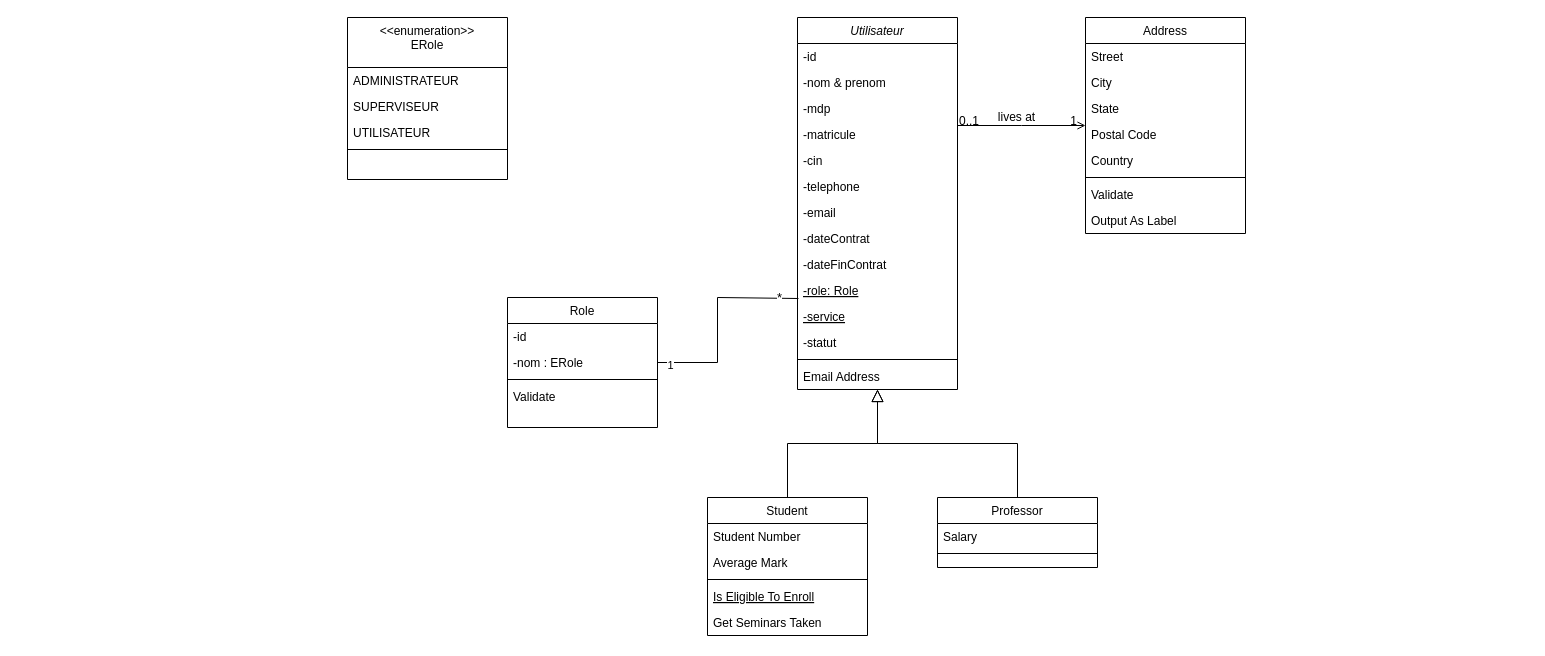
Before: ClassDiagram.drawio in BARIGOU-Imane/Gestion-des-Ordres-de-Mission, a draw.io diagram. Source tidied: cells renumbered, new cells numbered last; positions are measured from the earlier drawing's top-left corner, leaving out a move shared by most shapes. Both pictures are drawn from the tidied source at 100%, with x=0, y=0 at pixel (347, 17).
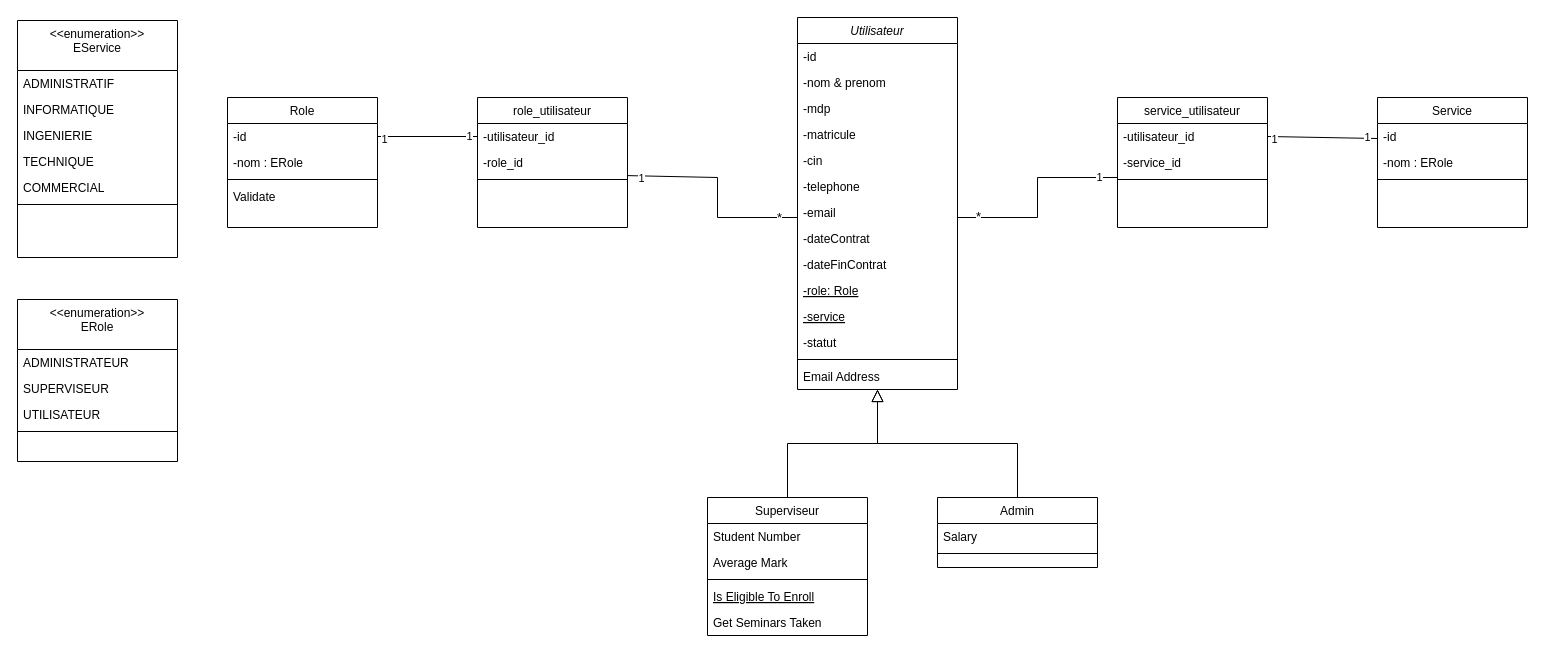
The same page after the edit.

Unchanged cells that the change refers to:
```xml
<mxCell id="2" value="Utilisateur" style="swimlane;fontStyle=2;align=center;verticalAlign=top;horizontal=1;startSize=26;rounded=0;shadow=0;strokeWidth=1;" parent="1" vertex="1">
  <mxGeometry x="450" width="160" height="372" as="geometry" />
</mxCell>
<mxCell id="12" value="-role: Role" style="text;align=left;verticalAlign=top;spacingLeft=4;spacingRight=4;overflow=hidden;points=[[0,0.5],[1,0.5]];portConstraint=eastwest;fontStyle=4;" parent="2" vertex="1">
  <mxGeometry y="260" width="160" height="26" as="geometry" />
</mxCell>
<mxCell id="44" style="line;html=1;strokeWidth=1;align=left;verticalAlign=middle;spacingTop=-1;spacingLeft=3;spacingRight=3;labelPosition=right;points=[];portConstraint=eastwest;" parent="41" vertex="1">
  <mxGeometry y="78" width="150" height="8" as="geometry" />
</mxCell>
```

Change to the diagram source:
```diff
@@
-    <mxCell id="17" value="Student" style="swimlane;fontStyle=0;align=center;verticalAlign=top;horizontal=1;startSize=26;rounded=0;shadow=0;strokeWidth=1;" parent="1" vertex="1">
+    <mxCell id="17" value="Superviseur" style="swimlane;fontStyle=0;align=center;verticalAlign=top;horizontal=1;startSize=26;rounded=0;shadow=0;strokeWidth=1;" parent="1" vertex="1">
       <mxGeometry x="360" y="480" width="160" height="138" as="geometry" />
     </mxCell>
@@
-    <mxCell id="24" value="Professor" style="swimlane;fontStyle=0;align=center;verticalAlign=top;horizontal=1;startSize=26;rounded=0;shadow=0;strokeWidth=1;" parent="1" vertex="1">
+    <mxCell id="24" value="Admin" style="swimlane;fontStyle=0;align=center;verticalAlign=top;horizontal=1;startSize=26;rounded=0;shadow=0;strokeWidth=1;" parent="1" vertex="1">
       <mxGeometry x="590" y="480" width="160" height="70" as="geometry" />
     </mxCell>
@@
-    <mxCell id="28" value="Address" style="swimlane;fontStyle=0;align=center;verticalAlign=top;horizontal=1;startSize=26;rounded=0;shadow=0;strokeWidth=1;" parent="1" vertex="1">
-      <mxGeometry x="738" width="160" height="216" as="geometry" />
-    </mxCell>
-    <mxCell id="29" value="Street" style="text;align=left;verticalAlign=top;spacingLeft=4;spacingRight=4;overflow=hidden;" parent="28" vertex="1">
-      <mxGeometry y="26" width="160" height="26" as="geometry" />
-    </mxCell>
-    <mxCell id="30" value="City" style="text;align=left;verticalAlign=top;spacingLeft=4;spacingRight=4;overflow=hidden;rounded=0;shadow=0;html=0;" parent="28" vertex="1">
-      <mxGeometry y="52" width="160" height="26" as="geometry" />
-    </mxCell>
-    <mxCell id="31" value="State" style="text;align=left;verticalAlign=top;spacingLeft=4;spacingRight=4;overflow=hidden;rounded=0;shadow=0;html=0;" parent="28" vertex="1">
-      <mxGeometry y="78" width="160" height="26" as="geometry" />
-    </mxCell>
-    <mxCell id="32" value="Postal Code" style="text;align=left;verticalAlign=top;spacingLeft=4;spacingRight=4;overflow=hidden;rounded=0;shadow=0;html=0;" parent="28" vertex="1">
-      <mxGeometry y="104" width="160" height="26" as="geometry" />
-    </mxCell>
-    <mxCell id="33" value="Country" style="text;align=left;verticalAlign=top;spacingLeft=4;spacingRight=4;overflow=hidden;rounded=0;shadow=0;html=0;" parent="28" vertex="1">
-      <mxGeometry y="130" width="160" height="26" as="geometry" />
-    </mxCell>
-    <mxCell id="34" style="line;html=1;strokeWidth=1;align=left;verticalAlign=middle;spacingTop=-1;spacingLeft=3;spacingRight=3;labelPosition=right;" parent="28" vertex="1">
-      <mxGeometry y="156" width="160" height="8" as="geometry" />
-    </mxCell>
-    <mxCell id="35" value="Validate" style="text;align=left;verticalAlign=top;spacingLeft=4;spacingRight=4;overflow=hidden;" parent="28" vertex="1">
-      <mxGeometry y="164" width="160" height="26" as="geometry" />
-    </mxCell>
-    <mxCell id="36" value="Output As Label" style="text;align=left;verticalAlign=top;spacingLeft=4;spacingRight=4;overflow=hidden;" parent="28" vertex="1">
-      <mxGeometry y="190" width="160" height="26" as="geometry" />
-    </mxCell>
-    <mxCell id="37" style="endArrow=open;shadow=0;strokeWidth=1;rounded=0;curved=0;endFill=1;edgeStyle=elbowEdgeStyle;elbow=vertical;" parent="1" edge="1" source="2" target="28">
-      <mxGeometry x="0.5" y="41" relative="1" as="geometry">
-        <mxPoint x="-40" y="32" as="offset" />
-      </mxGeometry>
-    </mxCell>
-    <mxCell id="38" value="0..1" style="align=left;verticalAlign=bottom;labelBackgroundColor=none;fontSize=12;" parent="37" vertex="1">
-      <mxGeometry x="-1" relative="1" as="geometry">
-        <mxPoint y="4" as="offset" />
-      </mxGeometry>
-    </mxCell>
-    <mxCell id="39" value="1" style="align=right;verticalAlign=bottom;labelBackgroundColor=none;fontSize=12;" parent="37" vertex="1">
-      <mxGeometry x="1" relative="1" as="geometry">
-        <mxPoint x="-7" y="4" as="offset" />
-      </mxGeometry>
-    </mxCell>
-    <mxCell id="40" value="lives at" style="text;html=1;align=center;verticalAlign=middle;labelBackgroundColor=none;rounded=0;shadow=0;strokeWidth=1;fontSize=12;" parent="37" vertex="1">
-      <mxGeometry x="0.5" y="49" relative="1" as="geometry">
-        <mxPoint x="-38" y="40" as="offset" />
-      </mxGeometry>
-    </mxCell>
-    <mxCell id="41" value="Role" style="swimlane;fontStyle=0;align=center;verticalAlign=top;horizontal=1;startSize=26;rounded=0;shadow=0;strokeWidth=1;" parent="1" vertex="1">
-      <mxGeometry x="160" y="280" width="150" height="130" as="geometry" />
+    <mxCell id="41" value="role_utilisateur" style="swimlane;fontStyle=0;align=center;verticalAlign=top;horizontal=1;startSize=26;rounded=0;shadow=0;strokeWidth=1;" parent="1" vertex="1">
+      <mxGeometry x="130" y="80" width="150" height="130" as="geometry" />
     </mxCell>
-    <mxCell id="42" value="-id" style="text;align=left;verticalAlign=top;spacingLeft=4;spacingRight=4;overflow=hidden;points=[[0,0.5],[1,0.5]];portConstraint=eastwest;" parent="41" vertex="1">
+    <mxCell id="42" value="-utilisateur_id" style="text;align=left;verticalAlign=top;spacingLeft=4;spacingRight=4;overflow=hidden;points=[[0,0.5],[1,0.5]];portConstraint=eastwest;" parent="41" vertex="1">
       <mxGeometry y="26" width="150" height="26" as="geometry" />
     </mxCell>
-    <mxCell id="43" value="-nom : ERole" style="text;align=left;verticalAlign=top;spacingLeft=4;spacingRight=4;overflow=hidden;points=[[0,0.5],[1,0.5]];portConstraint=eastwest;rounded=0;shadow=0;html=0;" parent="41" vertex="1">
+    <mxCell id="43" value="-role_id" style="text;align=left;verticalAlign=top;spacingLeft=4;spacingRight=4;overflow=hidden;points=[[0,0.5],[1,0.5]];portConstraint=eastwest;rounded=0;shadow=0;html=0;" parent="41" vertex="1">
       <mxGeometry y="52" width="150" height="26" as="geometry" />
     </mxCell>
@@
-    <mxCell id="45" value="Validate" style="text;align=left;verticalAlign=top;spacingLeft=4;spacingRight=4;overflow=hidden;" parent="41" vertex="1">
-      <mxGeometry y="86" width="150" height="26" as="geometry" />
-    </mxCell>
     <mxCell id="46" value="&lt;&lt;enumeration&gt;&gt;&#10;ERole" style="swimlane;fontStyle=0;align=center;verticalAlign=top;horizontal=1;startSize=50;rounded=0;shadow=0;strokeWidth=1;" parent="1" vertex="1">
-      <mxGeometry width="160" height="162" as="geometry" />
+      <mxGeometry x="-330" y="282" width="160" height="162" as="geometry" />
     </mxCell>
@@
-    <mxCell id="51" style="endArrow=none;html=1;rounded=0;exitX=1;exitY=0.5;exitDx=0;exitDy=0;entryX=0.006;entryY=0.808;entryDx=0;entryDy=0;entryPerimeter=0;" parent="1" edge="1" source="43" target="12">
+    <mxCell id="51" style="endArrow=none;html=1;rounded=0;exitX=1.003;exitY=0.014;exitDx=0;exitDy=0;exitPerimeter=0;" parent="1" edge="1" source="44">
       <mxGeometry relative="1" as="geometry">
+        <mxPoint x="450" y="200" as="targetPoint" />
         <Array as="points">
-          <mxPoint x="370" y="345" />
-          <mxPoint x="370" y="280" />
+          <mxPoint x="370" y="160" />
+          <mxPoint x="370" y="200" />
         </Array>
       </mxGeometry>
     </mxCell>
@@
+    <mxCell id="54" value="Role" style="swimlane;fontStyle=0;align=center;verticalAlign=top;horizontal=1;startSize=26;rounded=0;shadow=0;strokeWidth=1;" parent="1" vertex="1">
+      <mxGeometry x="-120" y="80" width="150" height="130" as="geometry" />
+    </mxCell>
+    <mxCell id="55" value="-id" style="text;align=left;verticalAlign=top;spacingLeft=4;spacingRight=4;overflow=hidden;points=[[0,0.5],[1,0.5]];portConstraint=eastwest;" parent="54" vertex="1">
+      <mxGeometry y="26" width="150" height="26" as="geometry" />
+    </mxCell>
+    <mxCell id="56" value="-nom : ERole" style="text;align=left;verticalAlign=top;spacingLeft=4;spacingRight=4;overflow=hidden;rounded=0;shadow=0;html=0;" parent="54" vertex="1">
+      <mxGeometry y="52" width="150" height="26" as="geometry" />
+    </mxCell>
+    <mxCell id="57" style="line;html=1;strokeWidth=1;align=left;verticalAlign=middle;spacingTop=-1;spacingLeft=3;spacingRight=3;labelPosition=right;" parent="54" vertex="1">
+      <mxGeometry y="78" width="150" height="8" as="geometry" />
+    </mxCell>
+    <mxCell id="45" value="Validate" style="text;align=left;verticalAlign=top;spacingLeft=4;spacingRight=4;overflow=hidden;" parent="54" vertex="1">
+      <mxGeometry y="86" width="150" height="26" as="geometry" />
+    </mxCell>
+    <mxCell id="58" style="endArrow=none;html=1;rounded=0;exitX=1;exitY=0.5;exitDx=0;exitDy=0;entryX=0;entryY=0.5;entryDx=0;entryDy=0;" parent="1" edge="1" source="55" target="42">
+      <mxGeometry relative="1" as="geometry" />
+    </mxCell>
+    <mxCell id="59" value="1" style="edgeLabel;html=1;align=center;verticalAlign=middle;" parent="58" vertex="1">
+      <mxGeometry x="-0.88" y="-2" relative="1" as="geometry" />
+    </mxCell>
+    <mxCell id="60" value="1" style="edgeLabel;html=1;align=center;verticalAlign=middle;" parent="58" vertex="1">
+      <mxGeometry x="0.82" y="-2" relative="1" as="geometry">
+        <mxPoint y="-3" as="offset" />
+      </mxGeometry>
+    </mxCell>
+    <mxCell id="61" value="Service" style="swimlane;fontStyle=0;align=center;verticalAlign=top;horizontal=1;startSize=26;rounded=0;shadow=0;strokeWidth=1;" parent="1" vertex="1">
+      <mxGeometry x="1030" y="80" width="150" height="130" as="geometry" />
+    </mxCell>
+    <mxCell id="62" value="-id" style="text;align=left;verticalAlign=top;spacingLeft=4;spacingRight=4;overflow=hidden;" parent="61" vertex="1">
+      <mxGeometry y="26" width="150" height="26" as="geometry" />
+    </mxCell>
+    <mxCell id="63" value="-nom : ERole" style="text;align=left;verticalAlign=top;spacingLeft=4;spacingRight=4;overflow=hidden;rounded=0;shadow=0;html=0;" parent="61" vertex="1">
+      <mxGeometry y="52" width="150" height="26" as="geometry" />
+    </mxCell>
+    <mxCell id="64" style="line;html=1;strokeWidth=1;align=left;verticalAlign=middle;spacingTop=-1;spacingLeft=3;spacingRight=3;labelPosition=right;" parent="61" vertex="1">
+      <mxGeometry y="78" width="150" height="8" as="geometry" />
+    </mxCell>
+    <mxCell id="65" value="service_utilisateur" style="swimlane;fontStyle=0;align=center;verticalAlign=top;horizontal=1;startSize=26;rounded=0;shadow=0;strokeWidth=1;" parent="1" vertex="1">
+      <mxGeometry x="770" y="80" width="150" height="130" as="geometry" />
+    </mxCell>
+    <mxCell id="66" value="-utilisateur_id" style="text;align=left;verticalAlign=top;spacingLeft=4;spacingRight=4;overflow=hidden;points=[[0,0.5],[1,0.5]];portConstraint=eastwest;" parent="65" vertex="1">
+      <mxGeometry y="26" width="150" height="26" as="geometry" />
+    </mxCell>
+    <mxCell id="67" value="-service_id" style="text;align=left;verticalAlign=top;spacingLeft=4;spacingRight=4;overflow=hidden;points=[[0,0.5],[1,0.5]];portConstraint=eastwest;rounded=0;shadow=0;html=0;" parent="65" vertex="1">
+      <mxGeometry y="52" width="150" height="26" as="geometry" />
+    </mxCell>
+    <mxCell id="68" style="line;html=1;strokeWidth=1;align=left;verticalAlign=middle;spacingTop=-1;spacingLeft=3;spacingRight=3;labelPosition=right;" parent="65" vertex="1">
+      <mxGeometry y="78" width="150" height="8" as="geometry" />
+    </mxCell>
+    <mxCell id="69" value="&lt;&lt;enumeration&gt;&gt;&#10;EService" style="swimlane;fontStyle=0;align=center;verticalAlign=top;horizontal=1;startSize=50;rounded=0;shadow=0;strokeWidth=1;" parent="1" vertex="1">
+      <mxGeometry x="-330" y="3" width="160" height="237" as="geometry" />
+    </mxCell>
+    <mxCell id="70" value="ADMINISTRATIF" style="text;align=left;verticalAlign=top;spacingLeft=4;spacingRight=4;overflow=hidden;" parent="69" vertex="1">
+      <mxGeometry y="50" width="160" height="26" as="geometry" />
+    </mxCell>
+    <mxCell id="71" value="INFORMATIQUE" style="text;align=left;verticalAlign=top;spacingLeft=4;spacingRight=4;overflow=hidden;rounded=0;shadow=0;html=0;" parent="69" vertex="1">
+      <mxGeometry y="76" width="160" height="26" as="geometry" />
+    </mxCell>
+    <mxCell id="72" value="INGENIERIE" style="text;align=left;verticalAlign=top;spacingLeft=4;spacingRight=4;overflow=hidden;rounded=0;shadow=0;html=0;" parent="69" vertex="1">
+      <mxGeometry y="102" width="160" height="26" as="geometry" />
+    </mxCell>
+    <mxCell id="73" value="TECHNIQUE" style="text;align=left;verticalAlign=top;spacingLeft=4;spacingRight=4;overflow=hidden;" parent="69" vertex="1">
+      <mxGeometry y="128" width="160" height="26" as="geometry" />
+    </mxCell>
+    <mxCell id="74" value="COMMERCIAL" style="text;align=left;verticalAlign=top;spacingLeft=4;spacingRight=4;overflow=hidden;" parent="69" vertex="1">
+      <mxGeometry y="154" width="160" height="26" as="geometry" />
+    </mxCell>
+    <mxCell id="75" style="line;html=1;strokeWidth=1;align=left;verticalAlign=middle;spacingTop=-1;spacingLeft=3;spacingRight=3;labelPosition=right;" parent="69" vertex="1">
+      <mxGeometry y="180" width="160" height="8" as="geometry" />
+    </mxCell>
+    <mxCell id="76" style="endArrow=none;html=1;rounded=0;exitX=1;exitY=0.5;exitDx=0;exitDy=0;" parent="1" edge="1" source="66">
+      <mxGeometry relative="1" as="geometry">
+        <mxPoint x="1030" y="121" as="targetPoint" />
+      </mxGeometry>
+    </mxCell>
+    <mxCell id="77" value="1" style="edgeLabel;html=1;align=center;verticalAlign=middle;" parent="76" vertex="1">
+      <mxGeometry x="-0.88" y="-2" relative="1" as="geometry" />
+    </mxCell>
+    <mxCell id="78" value="1" style="edgeLabel;html=1;align=center;verticalAlign=middle;" parent="76" vertex="1">
+      <mxGeometry x="0.82" y="-2" relative="1" as="geometry">
+        <mxPoint y="-3" as="offset" />
+      </mxGeometry>
+    </mxCell>
+    <mxCell id="79" style="endArrow=none;html=1;rounded=0;entryX=0;entryY=1.077;entryDx=0;entryDy=0;entryPerimeter=0;" parent="1" edge="1" target="67">
+      <mxGeometry relative="1" as="geometry">
+        <mxPoint x="610" y="200" as="sourcePoint" />
+        <Array as="points">
+          <mxPoint x="690" y="200" />
+          <mxPoint x="690" y="160" />
+        </Array>
+      </mxGeometry>
+    </mxCell>
+    <mxCell id="80" value="1" style="edgeLabel;html=1;align=center;verticalAlign=middle;" parent="79" vertex="1">
+      <mxGeometry x="0.82" y="-2" relative="1" as="geometry">
+        <mxPoint y="-3" as="offset" />
+      </mxGeometry>
+    </mxCell>
+    <mxCell id="81" value="&lt;font style=&quot;font-size: 13px;&quot;&gt;*&lt;/font&gt;" style="edgeLabel;html=1;align=center;verticalAlign=middle;" parent="79" vertex="1">
+      <mxGeometry x="-0.8" y="2" relative="1" as="geometry" />
+    </mxCell>
```
